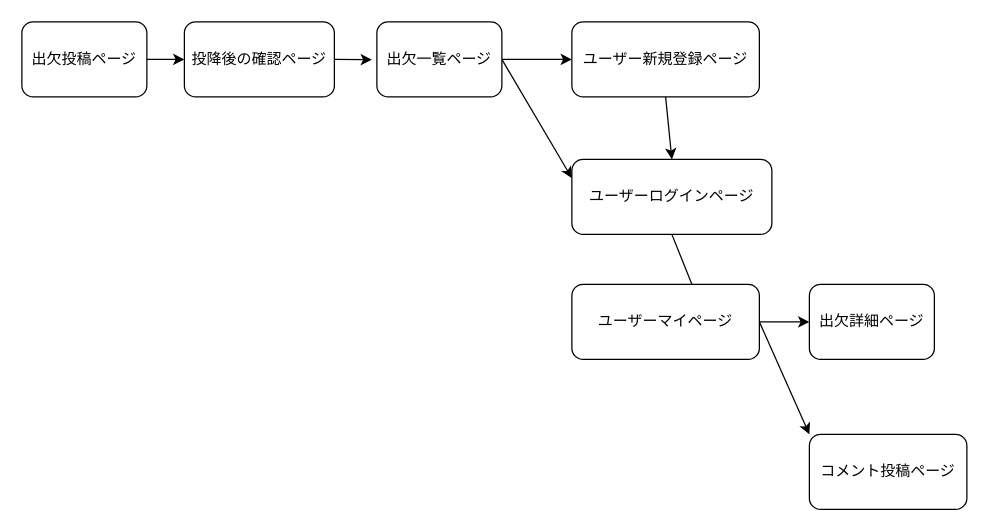
The draw.io diagram screen.dio in Sanaroom/easy1, before the edit. Source tidied: cells renumbered, new cells numbered last; positions are measured from the earlier drawing's top-left corner, leaving out a move shared by most shapes. Both pictures are drawn from the tidied source at 125%, with x=0, y=0 at pixel (21, 21).
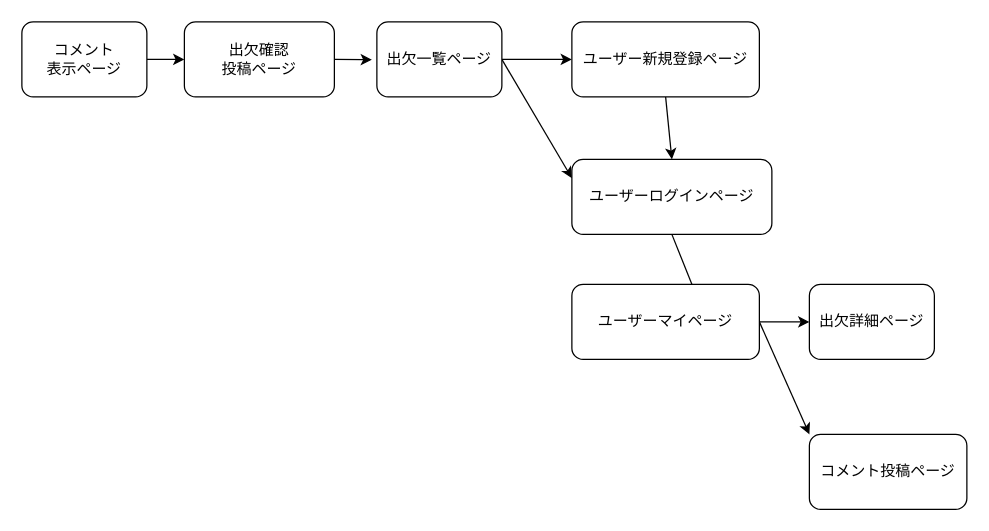
The same page after the edit.

What changed in the source:
```diff
@@
 <mxGraphModel>
   <root>
     <mxCell id="0" />
     <mxCell id="1" parent="0" />
     <mxCell id="2" style="edgeStyle=none;html=1;exitX=1;exitY=0.5;exitDx=0;exitDy=0;entryX=0;entryY=0.5;entryDx=0;entryDy=0;" parent="1" edge="1" source="4" target="14">
       <mxGeometry relative="1" as="geometry" />
     </mxCell>
     <mxCell id="3" style="edgeStyle=none;html=1;exitX=1;exitY=0.5;exitDx=0;exitDy=0;entryX=0;entryY=0.25;entryDx=0;entryDy=0;" parent="1" edge="1" source="4" target="12">
       <mxGeometry relative="1" as="geometry" />
     </mxCell>
     <mxCell id="4" value="出欠一覧ページ" style="rounded=1;whiteSpace=wrap;html=1;" parent="1" vertex="1">
       <mxGeometry x="284" width="100" height="60" as="geometry" />
     </mxCell>
     <mxCell id="5" style="edgeStyle=none;html=1;exitX=1;exitY=0.5;exitDx=0;exitDy=0;entryX=0;entryY=0.5;entryDx=0;entryDy=0;" parent="1" edge="1" source="6" target="8">
       <mxGeometry relative="1" as="geometry" />
     </mxCell>
-    <mxCell id="6" value="出欠投稿ページ" style="rounded=1;whiteSpace=wrap;html=1;" parent="1" vertex="1">
+    <mxCell id="6" value="コメント&lt;br&gt;表示ページ" style="rounded=1;whiteSpace=wrap;html=1;" parent="1" vertex="1">
       <mxGeometry width="100" height="60" as="geometry" />
     </mxCell>
     <mxCell id="7" style="edgeStyle=none;html=1;exitX=1;exitY=0.5;exitDx=0;exitDy=0;" parent="1" edge="1" source="8">
       <mxGeometry relative="1" as="geometry">
         <mxPoint x="280" y="30.3" as="targetPoint" />
       </mxGeometry>
     </mxCell>
-    <mxCell id="8" value="投降後の確認ページ" style="rounded=1;whiteSpace=wrap;html=1;" parent="1" vertex="1">
+    <mxCell id="8" value="出欠確認&lt;br&gt;投稿ページ" style="rounded=1;whiteSpace=wrap;html=1;" parent="1" vertex="1">
       <mxGeometry x="130" width="120" height="60" as="geometry" />
     </mxCell>
     <mxCell id="9" value="出欠詳細ページ" style="rounded=1;whiteSpace=wrap;html=1;" parent="1" vertex="1">
       <mxGeometry x="630" y="210" width="100" height="60" as="geometry" />
     </mxCell>
     <mxCell id="10" value="コメント投稿ページ" style="rounded=1;whiteSpace=wrap;html=1;" parent="1" vertex="1">
       <mxGeometry x="630" y="330" width="126" height="60" as="geometry" />
     </mxCell>
     <mxCell id="11" style="edgeStyle=none;html=1;exitX=0.5;exitY=1;exitDx=0;exitDy=0;entryX=0.667;entryY=0.167;entryDx=0;entryDy=0;entryPerimeter=0;" parent="1" edge="1" source="12" target="17">
       <mxGeometry relative="1" as="geometry" />
     </mxCell>
     <mxCell id="12" value="ユーザーログインページ" style="rounded=1;whiteSpace=wrap;html=1;" parent="1" vertex="1">
       <mxGeometry x="440" y="110" width="160" height="60" as="geometry" />
     </mxCell>
     <mxCell id="13" style="edgeStyle=none;html=1;exitX=0.5;exitY=1;exitDx=0;exitDy=0;entryX=0.5;entryY=0;entryDx=0;entryDy=0;" parent="1" edge="1" source="14" target="12">
       <mxGeometry relative="1" as="geometry" />
     </mxCell>
     <mxCell id="14" value="ユーザー新規登録ページ" style="rounded=1;whiteSpace=wrap;html=1;" parent="1" vertex="1">
       <mxGeometry x="440" width="150" height="60" as="geometry" />
     </mxCell>
     <mxCell id="15" style="edgeStyle=none;html=1;exitX=1;exitY=0.5;exitDx=0;exitDy=0;entryX=0;entryY=0.5;entryDx=0;entryDy=0;" parent="1" edge="1" source="17" target="9">
       <mxGeometry relative="1" as="geometry" />
     </mxCell>
     <mxCell id="16" style="edgeStyle=none;html=1;exitX=1;exitY=0.5;exitDx=0;exitDy=0;entryX=0;entryY=0;entryDx=0;entryDy=0;" parent="1" edge="1" source="17" target="10">
       <mxGeometry relative="1" as="geometry" />
     </mxCell>
     <mxCell id="17" value="ユーザーマイページ" style="rounded=1;whiteSpace=wrap;html=1;" parent="1" vertex="1">
       <mxGeometry x="440" y="210" width="150" height="60" as="geometry" />
     </mxCell>
   </root>
 </mxGraphModel>
```
